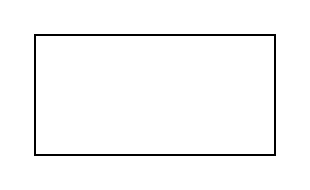
Above: typora202006/未命名绘图.drawio in Code-Wizard-King/Picture-bed (draw.io), before the change. Source tidied: cells renumbered, new cells numbered last; positions are measured from the earlier drawing's top-left corner, leaving out a move shared by most shapes. Both pictures are drawn from the tidied source at 200%, with x=0, y=0 at pixel (34, 34).
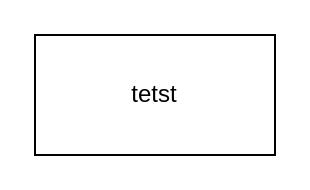
Above is the later version.

Commit message:
更新未命名绘图.drawio

What changed in the source:
```diff
@@
 <mxGraphModel>
   <root>
     <mxCell id="0" />
     <mxCell id="1" parent="0" />
-    <mxCell id="2" style="rounded=0;whiteSpace=wrap;html=1;" parent="1" vertex="1">
+    <mxCell id="2" value="tetst" style="rounded=0;whiteSpace=wrap;html=1;" parent="1" vertex="1">
       <mxGeometry width="120" height="60" as="geometry" />
     </mxCell>
   </root>
 </mxGraphModel>
```
